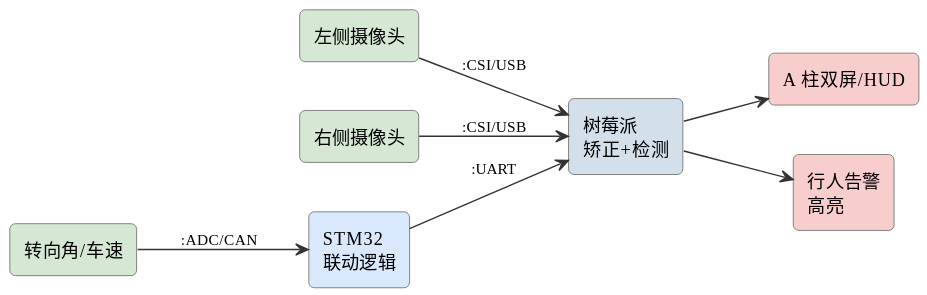
Above: assets/diagrams/ideas-fig67.svg in mingyi0818/IntelligentMcuCourse (PlantUML), before the change.
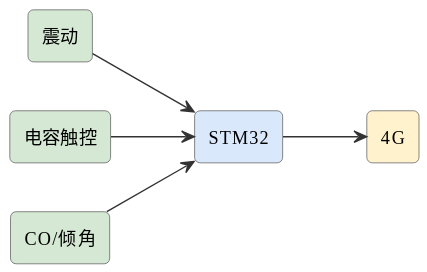
The same file after the commit.

Diff of the diagram source:
```diff
@@ -6,17 +6,13 @@
 skinparam arrowFontSize 11
 skinparam arrowColor #333
 left to right direction
-rectangle "左侧摄像头" as camL #d5e8d4
-rectangle "右侧摄像头" as camR #d5e8d4
-rectangle "树莓派\n矫正+检测" as rpi #d3e0ea
-rectangle "转向角/车速" as angle #d5e8d4
-rectangle "STM32\n联动逻辑" as stm #dae8fc
-rectangle "A 柱双屏/HUD" as scr #f8cecc
-rectangle "行人告警\n高亮" as warn #f8cecc
-camL --> rpi : :CSI/USB
-camR --> rpi : :CSI/USB
-angle --> stm : :ADC/CAN
-stm --> rpi : :UART
-rpi --> scr
-rpi --> warn
+rectangle "震动" as vib #d5e8d4
+rectangle "电容触控" as touch #d5e8d4
+rectangle "STM32" as stm #dae8fc
+rectangle "CO/倾角" as co #d5e8d4
+rectangle "4G" as g #fff2cc
+vib --> stm
+touch --> stm
+co --> stm
+stm --> g
 @enduml
```
